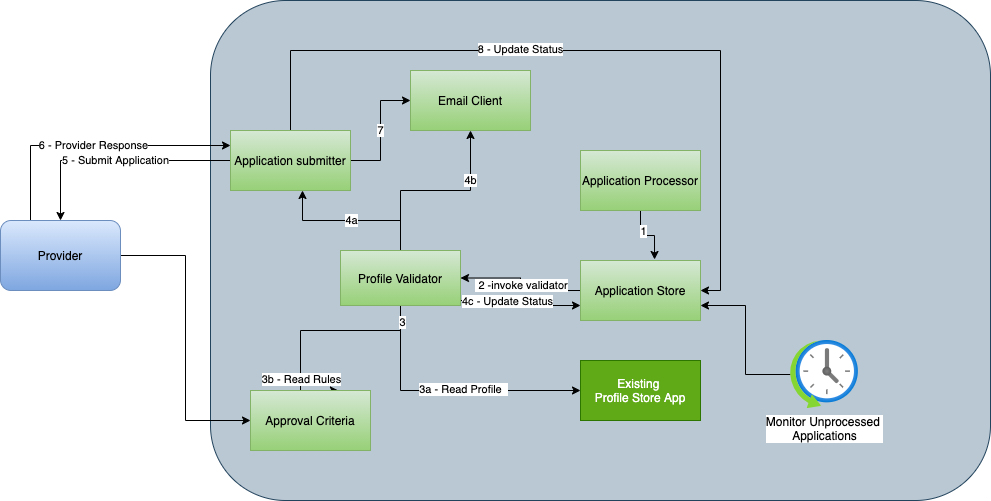
The draw.io diagram JobApplicationProcessor.png in ShanmugaSivapragasam/job-application-processor, before a commit. Source tidied: cells renumbered, new cells last; positions are measured from the earlier drawing's top-left corner, leaving out a move shared by most shapes.
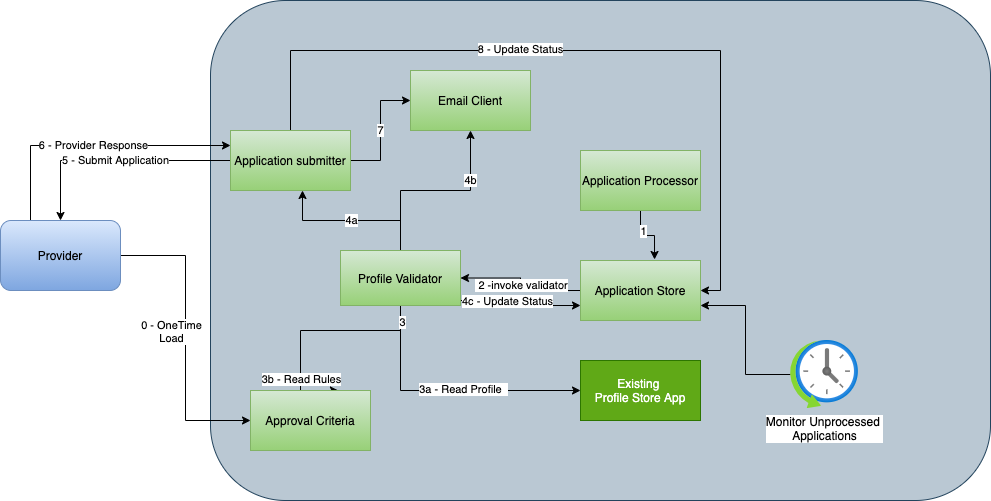
After the commit.

Change to the diagram source:
```diff
@@ -73,6 +73,11 @@
     <mxCell id="20" style="edgeStyle=orthogonalEdgeStyle;rounded=0;jettySize=auto;html=1;entryX=0;entryY=0.5;entryDx=0;entryDy=0;" parent="1" edge="1" source="22" target="24">
       <mxGeometry relative="1" as="geometry" />
     </mxCell>
+    <mxCell id="33" value="0 - OneTime&lt;br&gt;Load" style="edgeLabel;html=1;align=center;verticalAlign=middle;" parent="20" vertex="1">
+      <mxGeometry x="-0.02" y="1" relative="1" as="geometry">
+        <mxPoint x="-16" y="-4" as="offset" />
+      </mxGeometry>
+    </mxCell>
     <mxCell id="21" value="6 - Provider Response" style="edgeStyle=orthogonalEdgeStyle;rounded=0;jettySize=auto;html=1;exitX=0.25;exitY=0;exitDx=0;exitDy=0;entryX=0;entryY=0.25;entryDx=0;entryDy=0;" parent="1" edge="1" source="22" target="29">
       <mxGeometry relative="1" as="geometry" />
     </mxCell>
```
